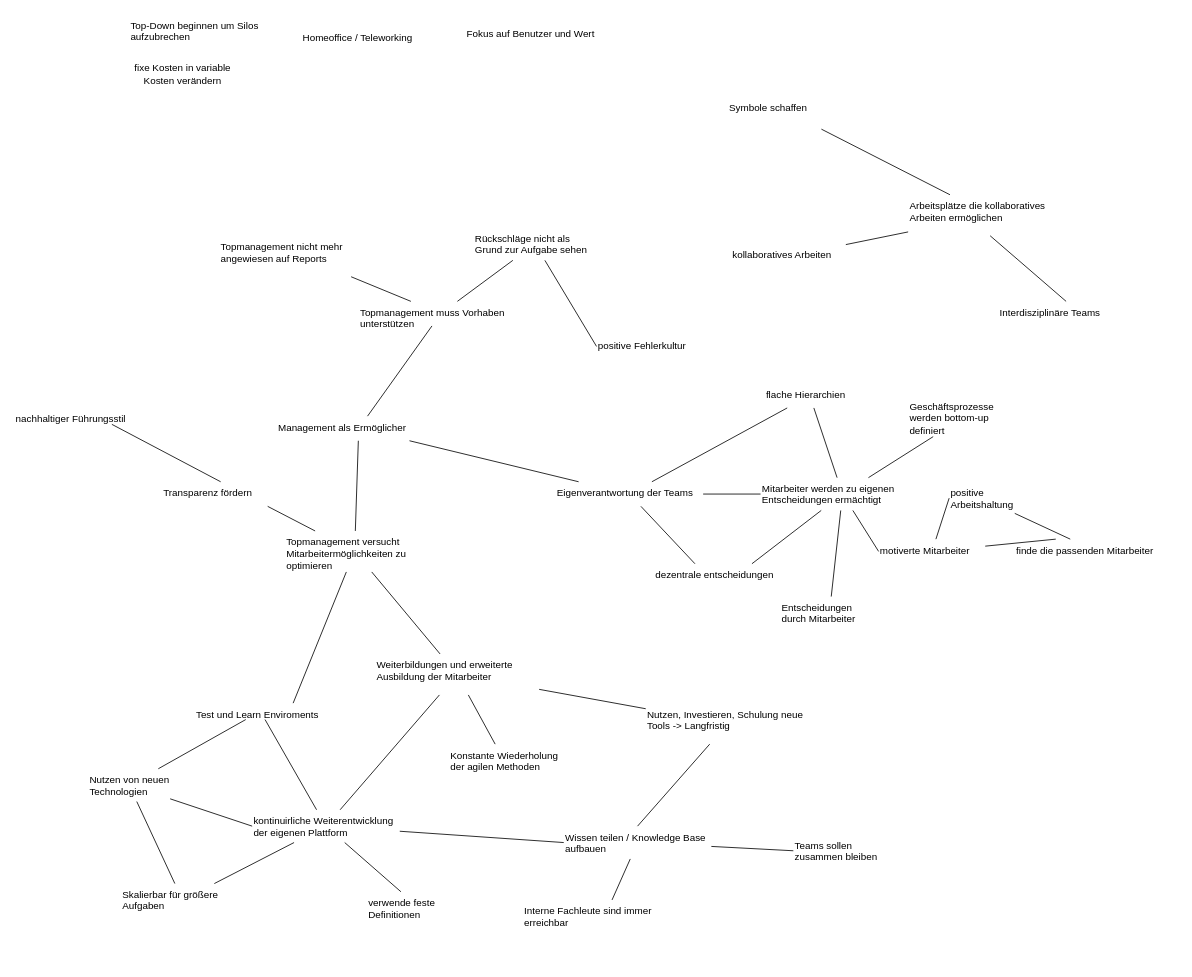
FeudalFreddy/seminararbeit keeps this draw.io diagram as Drawio Files/MaßnahmenCluster.drawio. Above is the earlier version. Source tidied: cells renumbered, new cells numbered last; positions are measured from the earlier drawing's top-left corner, leaving out a move shared by most shapes. Both pictures are drawn from the tidied source at 82%, with x=0, y=0 at pixel (14, 14).
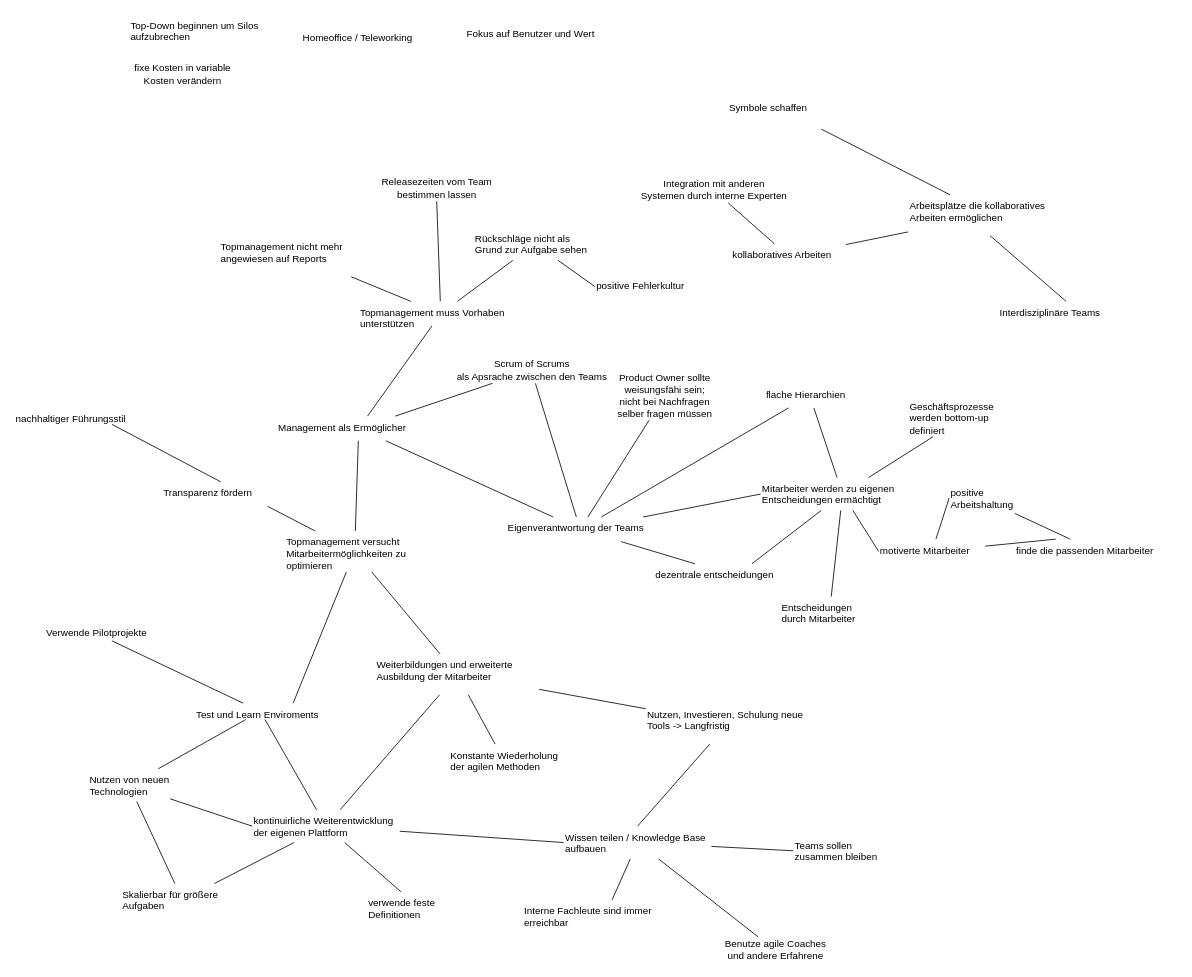
After the change.

The change refers to these unchanged cells:
```xml
<mxCell id="22" value="kollaboratives Arbeiten" style="text;whiteSpace=wrap;html=1;align=left;" parent="1" vertex="1">
  <mxGeometry x="874" y="280" width="140" height="30" as="geometry" />
</mxCell>
<mxCell id="30" value="Management als Ermöglicher" style="text;whiteSpace=wrap;html=1;align=left;" parent="1" vertex="1">
  <mxGeometry x="320" y="490" width="200" height="30" as="geometry" />
</mxCell>
<mxCell id="40" value="Test und Learn Enviroments" style="text;whiteSpace=wrap;html=1;fontColor=#000000;" parent="1" vertex="1">
  <mxGeometry x="220" y="840" width="160" height="20" as="geometry" />
</mxCell>
<mxCell id="59" value="Topmanagement muss Vorhaben unterstützen" style="text;whiteSpace=wrap;html=1;fontColor=#000000;" parent="1" vertex="1">
  <mxGeometry x="420" y="350" width="200" height="30" as="geometry" />
</mxCell>
<mxCell id="73" value="Wissen teilen / Knowledge Base aufbauen" style="text;whiteSpace=wrap;html=1;fontColor=#000000;" parent="1" vertex="1">
  <mxGeometry x="670" y="990" width="180" height="40" as="geometry" />
</mxCell>
```

Diff of the diagram source:
```diff
@@
     <mxCell id="7" value="Eigenverantwortung der Teams" style="text;whiteSpace=wrap;html=1;opacity=50;align=left;" parent="1" vertex="1">
-      <mxGeometry x="660" y="570" width="180" height="30" as="geometry" />
+      <mxGeometry x="600" y="613" width="180" height="30" as="geometry" />
     </mxCell>
@@
+    <mxCell id="75" style="edgeStyle=none;rounded=0;jettySize=auto;html=1;startArrow=none;startFill=0;endArrow=none;endFill=0;" parent="1" edge="1" source="22" target="83">
+      <mxGeometry relative="1" as="geometry" />
+    </mxCell>
@@
+    <mxCell id="76" style="edgeStyle=none;rounded=0;jettySize=auto;html=1;startArrow=none;startFill=0;endArrow=none;endFill=0;" parent="1" edge="1" source="30" target="86">
+      <mxGeometry relative="1" as="geometry" />
+    </mxCell>
@@
+    <mxCell id="77" style="edgeStyle=none;rounded=0;jettySize=auto;html=1;startArrow=none;startFill=0;endArrow=none;endFill=0;" parent="1" edge="1" source="40" target="87">
+      <mxGeometry relative="1" as="geometry" />
+    </mxCell>
@@
     <mxCell id="47" value="positive Fehlerkultur" style="text;whiteSpace=wrap;html=1;fontColor=#000000;" parent="1" vertex="1">
-      <mxGeometry x="710" y="390" width="120" height="30" as="geometry" />
+      <mxGeometry x="708" y="317" width="120" height="30" as="geometry" />
     </mxCell>
@@
+    <mxCell id="78" style="edgeStyle=none;rounded=0;jettySize=auto;html=1;startArrow=none;startFill=0;endArrow=none;endFill=0;" parent="1" edge="1" source="59" target="84">
+      <mxGeometry relative="1" as="geometry" />
+    </mxCell>
@@
+    <mxCell id="79" style="rounded=0;jettySize=auto;html=1;startArrow=none;startFill=0;endArrow=none;endFill=0;" parent="1" edge="1" source="73" target="80">
+      <mxGeometry relative="1" as="geometry" />
+    </mxCell>
@@
+    <mxCell id="80" value="Benutze agile Coaches&lt;br&gt;und andere Erfahrene" style="text;html=1;align=center;verticalAlign=middle;points=[];strokeColor=none;fillColor=none;" parent="1" vertex="1">
+      <mxGeometry x="859" y="1125" width="137" height="32" as="geometry" />
+    </mxCell>
+    <mxCell id="81" style="edgeStyle=none;rounded=0;jettySize=auto;html=1;startArrow=none;startFill=0;endArrow=none;endFill=0;" parent="1" edge="1" source="82" target="7">
+      <mxGeometry relative="1" as="geometry" />
+    </mxCell>
+    <mxCell id="82" value="Product Owner sollte&lt;br&gt;weisungsfähi sein;&lt;br&gt;nicht bei Nachfragen&lt;br&gt;selber fragen müssen" style="text;html=1;align=center;verticalAlign=middle;points=[];strokeColor=none;fillColor=none;" parent="1" vertex="1">
+      <mxGeometry x="727" y="435" width="132" height="60" as="geometry" />
+    </mxCell>
+    <mxCell id="83" value="Integration mit anderen&lt;br&gt;Systemen durch interne Experten" style="text;html=1;align=center;verticalAlign=middle;points=[];strokeColor=none;fillColor=none;" parent="1" vertex="1">
+      <mxGeometry x="757" y="198" width="191" height="32" as="geometry" />
+    </mxCell>
+    <mxCell id="84" value="Releasezeiten vom Team&lt;br&gt;bestimmen lassen" style="text;html=1;align=center;verticalAlign=middle;points=[];strokeColor=none;fillColor=none;" parent="1" vertex="1">
+      <mxGeometry x="440" y="196" width="149" height="32" as="geometry" />
+    </mxCell>
+    <mxCell id="85" style="edgeStyle=none;rounded=0;jettySize=auto;html=1;startArrow=none;startFill=0;endArrow=none;endFill=0;" parent="1" edge="1" source="86" target="7">
+      <mxGeometry relative="1" as="geometry" />
+    </mxCell>
+    <mxCell id="86" value="Scrum of Scrums&lt;br&gt;als Apsrache zwischen den Teams" style="text;html=1;align=center;verticalAlign=middle;points=[];strokeColor=none;fillColor=none;" parent="1" vertex="1">
+      <mxGeometry x="530" y="418" width="201" height="32" as="geometry" />
+    </mxCell>
+    <mxCell id="87" value="Verwende Pilotprojekte" style="text;html=1;align=center;verticalAlign=middle;points=[];strokeColor=none;fillColor=none;" parent="1" vertex="1">
+      <mxGeometry x="32.5" y="746" width="135" height="18" as="geometry" />
+    </mxCell>
```
